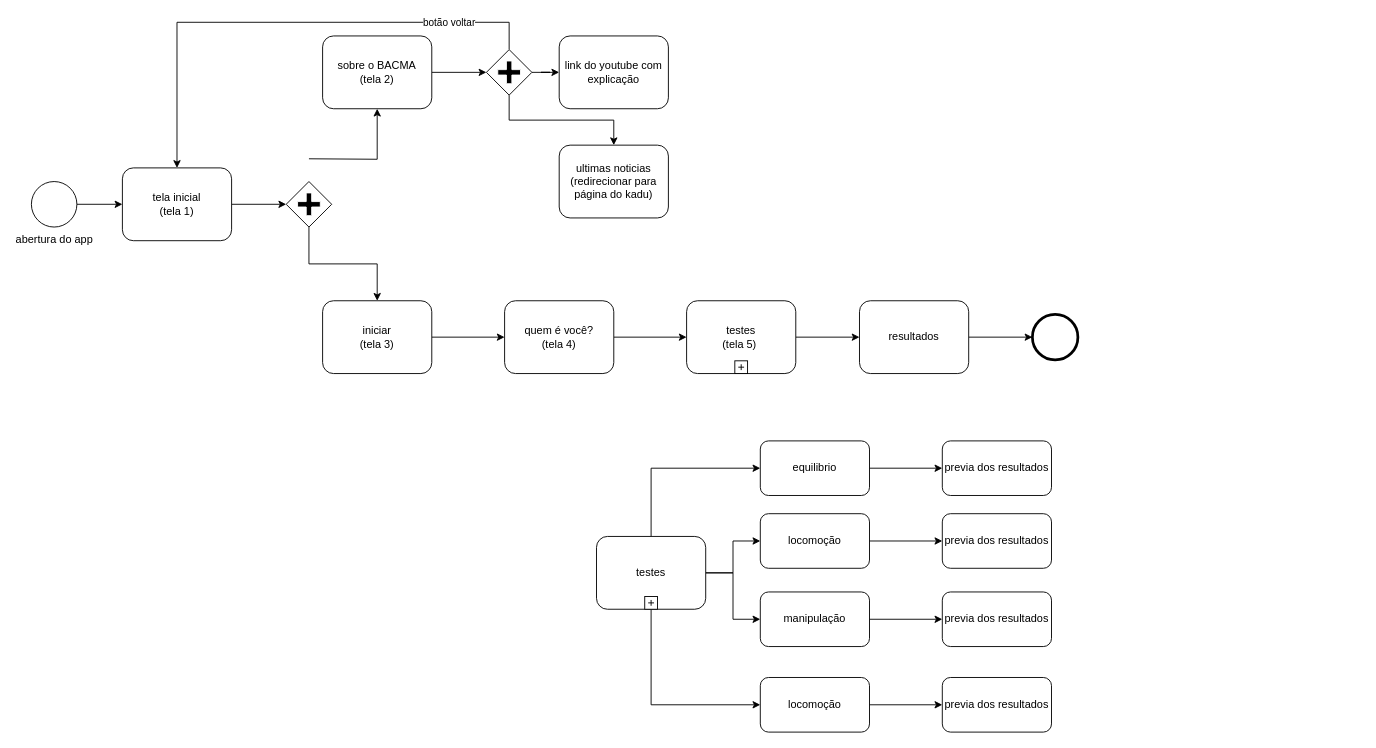
Before: fluxo_telas_app.drawio in biatix/bacma_mobile, a draw.io diagram. Source tidied: cells renumbered, new cells numbered last; positions are measured from the earlier drawing's top-left corner, leaving out a move shared by most shapes. Both pictures are drawn from the tidied source at 91%, with x=0, y=0 at pixel (31, 22).
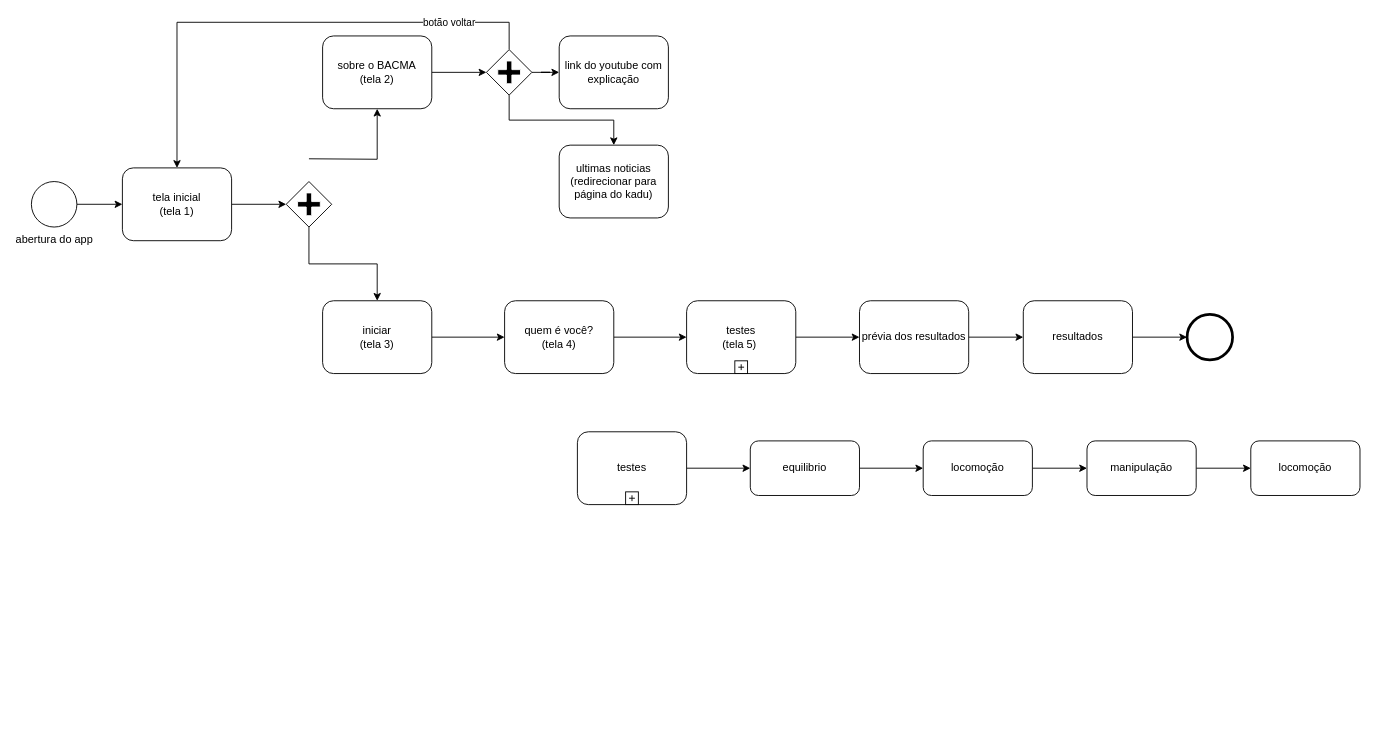
Above is the later version.

Commit message:
atualização do fluxo

Diff of the diagram source:
```diff
@@
     <mxCell id="12" style="shape=mxgraph.bpmn.shape;html=1;verticalLabelPosition=bottom;labelBackgroundColor=#ffffff;verticalAlign=top;perimeter=ellipsePerimeter;outline=end;symbol=general;" parent="1" vertex="1">
-      <mxGeometry x="1100" y="321" width="50" height="50" as="geometry" />
+      <mxGeometry x="1270" y="321" width="50" height="50" as="geometry" />
     </mxCell>
@@
-    <mxCell id="14" style="edgeStyle=orthogonalEdgeStyle;rounded=0;jettySize=auto;html=1;" parent="1" edge="1" source="17" target="35">
-      <mxGeometry relative="1" as="geometry" />
-    </mxCell>
-    <mxCell id="15" style="edgeStyle=orthogonalEdgeStyle;rounded=0;jettySize=auto;html=1;" parent="1" edge="1" source="17" target="37">
-      <mxGeometry relative="1" as="geometry" />
-    </mxCell>
-    <mxCell id="16" style="edgeStyle=orthogonalEdgeStyle;rounded=0;jettySize=auto;html=1;entryX=0;entryY=0.5;entryDx=0;entryDy=0;" parent="1" edge="1" source="17" target="39">
-      <mxGeometry relative="1" as="geometry">
-        <Array as="points">
-          <mxPoint x="681" y="750" />
-        </Array>
-      </mxGeometry>
-    </mxCell>
     <mxCell id="17" value="testes" style="html=1;whiteSpace=wrap;rounded=1;" parent="1" vertex="1">
-      <mxGeometry x="621" y="565" width="120" height="80" as="geometry" />
+      <mxGeometry x="600" y="450" width="120" height="80" as="geometry" />
     </mxCell>
@@
-    <mxCell id="32" style="edgeStyle=orthogonalEdgeStyle;rounded=0;jettySize=auto;html=1;" parent="1" edge="1" source="33" target="42">
-      <mxGeometry relative="1" as="geometry" />
-    </mxCell>
+    <mxCell id="46" style="edgeStyle=orthogonalEdgeStyle;rounded=0;jettySize=auto;html=1;" parent="1" edge="1" source="33" target="35">
+      <mxGeometry relative="1" as="geometry" />
+    </mxCell>
     <mxCell id="33" value="equilibrio" style="whiteSpace=wrap;html=1;rounded=1;" parent="1" vertex="1">
-      <mxGeometry x="801" y="460" width="120" height="60" as="geometry" />
+      <mxGeometry x="790" y="460" width="120" height="60" as="geometry" />
     </mxCell>
-    <mxCell id="34" style="edgeStyle=orthogonalEdgeStyle;rounded=0;jettySize=auto;html=1;" parent="1" edge="1" source="35" target="43">
-      <mxGeometry relative="1" as="geometry" />
-    </mxCell>
+    <mxCell id="47" style="edgeStyle=orthogonalEdgeStyle;rounded=0;jettySize=auto;html=1;" parent="1" edge="1" source="35" target="37">
+      <mxGeometry relative="1" as="geometry" />
+    </mxCell>
     <mxCell id="35" value="locomoção" style="whiteSpace=wrap;html=1;rounded=1;" parent="1" vertex="1">
-      <mxGeometry x="801" y="540" width="120" height="60" as="geometry" />
+      <mxGeometry x="980" y="460" width="120" height="60" as="geometry" />
     </mxCell>
-    <mxCell id="36" style="edgeStyle=orthogonalEdgeStyle;rounded=0;jettySize=auto;html=1;" parent="1" edge="1" source="37" target="44">
-      <mxGeometry relative="1" as="geometry" />
-    </mxCell>
+    <mxCell id="48" style="edgeStyle=orthogonalEdgeStyle;rounded=0;jettySize=auto;html=1;" parent="1" edge="1" source="37" target="39">
+      <mxGeometry relative="1" as="geometry" />
+    </mxCell>
     <mxCell id="37" value="manipulação" style="whiteSpace=wrap;html=1;rounded=1;" parent="1" vertex="1">
-      <mxGeometry x="801" y="626" width="120" height="60" as="geometry" />
+      <mxGeometry x="1160" y="460" width="120" height="60" as="geometry" />
     </mxCell>
-    <mxCell id="38" style="edgeStyle=orthogonalEdgeStyle;rounded=0;jettySize=auto;html=1;" parent="1" edge="1" source="39" target="45">
-      <mxGeometry relative="1" as="geometry" />
-    </mxCell>
     <mxCell id="39" value="locomoção" style="whiteSpace=wrap;html=1;rounded=1;" parent="1" vertex="1">
-      <mxGeometry x="801" y="720" width="120" height="60" as="geometry" />
+      <mxGeometry x="1340" y="460" width="120" height="60" as="geometry" />
     </mxCell>
-    <mxCell id="40" style="edgeStyle=orthogonalEdgeStyle;rounded=0;jettySize=auto;html=1;" parent="1" edge="1" source="41" target="12">
-      <mxGeometry relative="1" as="geometry" />
-    </mxCell>
+    <mxCell id="49" style="edgeStyle=orthogonalEdgeStyle;rounded=0;jettySize=auto;html=1;" parent="1" edge="1" source="41" target="51">
+      <mxGeometry relative="1" as="geometry" />
+    </mxCell>
-    <mxCell id="41" value="resultados" style="shape=ext;rounded=1;html=1;whiteSpace=wrap;" parent="1" vertex="1">
+    <mxCell id="41" value="prévia dos resultados" style="shape=ext;rounded=1;html=1;whiteSpace=wrap;" parent="1" vertex="1">
       <mxGeometry x="910" y="306" width="120" height="80" as="geometry" />
     </mxCell>
-    <mxCell id="42" value="previa dos resultados" style="whiteSpace=wrap;html=1;rounded=1;" parent="1" vertex="1">
-      <mxGeometry x="1001" y="460" width="120" height="60" as="geometry" />
-    </mxCell>
-    <mxCell id="43" value="previa dos resultados" style="whiteSpace=wrap;html=1;rounded=1;" parent="1" vertex="1">
-      <mxGeometry x="1001" y="540" width="120" height="60" as="geometry" />
-    </mxCell>
-    <mxCell id="44" value="previa dos resultados" style="whiteSpace=wrap;html=1;rounded=1;" parent="1" vertex="1">
-      <mxGeometry x="1001" y="626" width="120" height="60" as="geometry" />
-    </mxCell>
-    <mxCell id="45" value="previa dos resultados" style="whiteSpace=wrap;html=1;rounded=1;" parent="1" vertex="1">
-      <mxGeometry x="1001" y="720" width="120" height="60" as="geometry" />
-    </mxCell>
+    <mxCell id="50" style="edgeStyle=orthogonalEdgeStyle;rounded=0;jettySize=auto;html=1;" parent="1" edge="1" source="51" target="12">
+      <mxGeometry relative="1" as="geometry" />
+    </mxCell>
+    <mxCell id="51" value="resultados" style="shape=ext;rounded=1;html=1;whiteSpace=wrap;" parent="1" vertex="1">
+      <mxGeometry x="1090" y="306" width="120" height="80" as="geometry" />
+    </mxCell>
```
